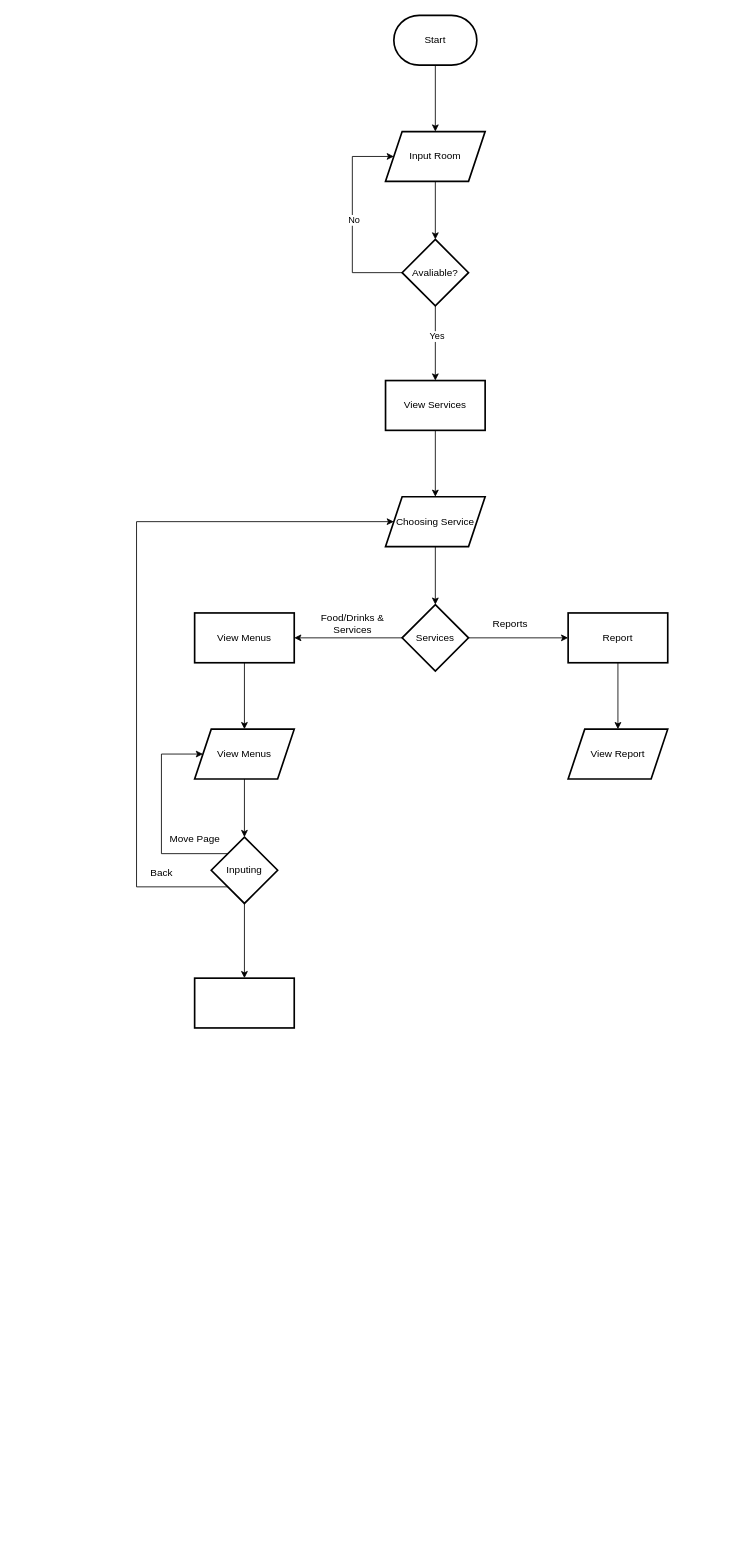
The draw.io diagram HOTEL SERVICES BOOKING SYSTEM.drawio in Enricko/UML, before the edit. Source tidied: cells renumbered, new cells numbered last; positions are measured from the earlier drawing's top-left corner, leaving out a move shared by most shapes. Both pictures are drawn from the tidied source at 83%, with x=0, y=0 at pixel (136, 15).
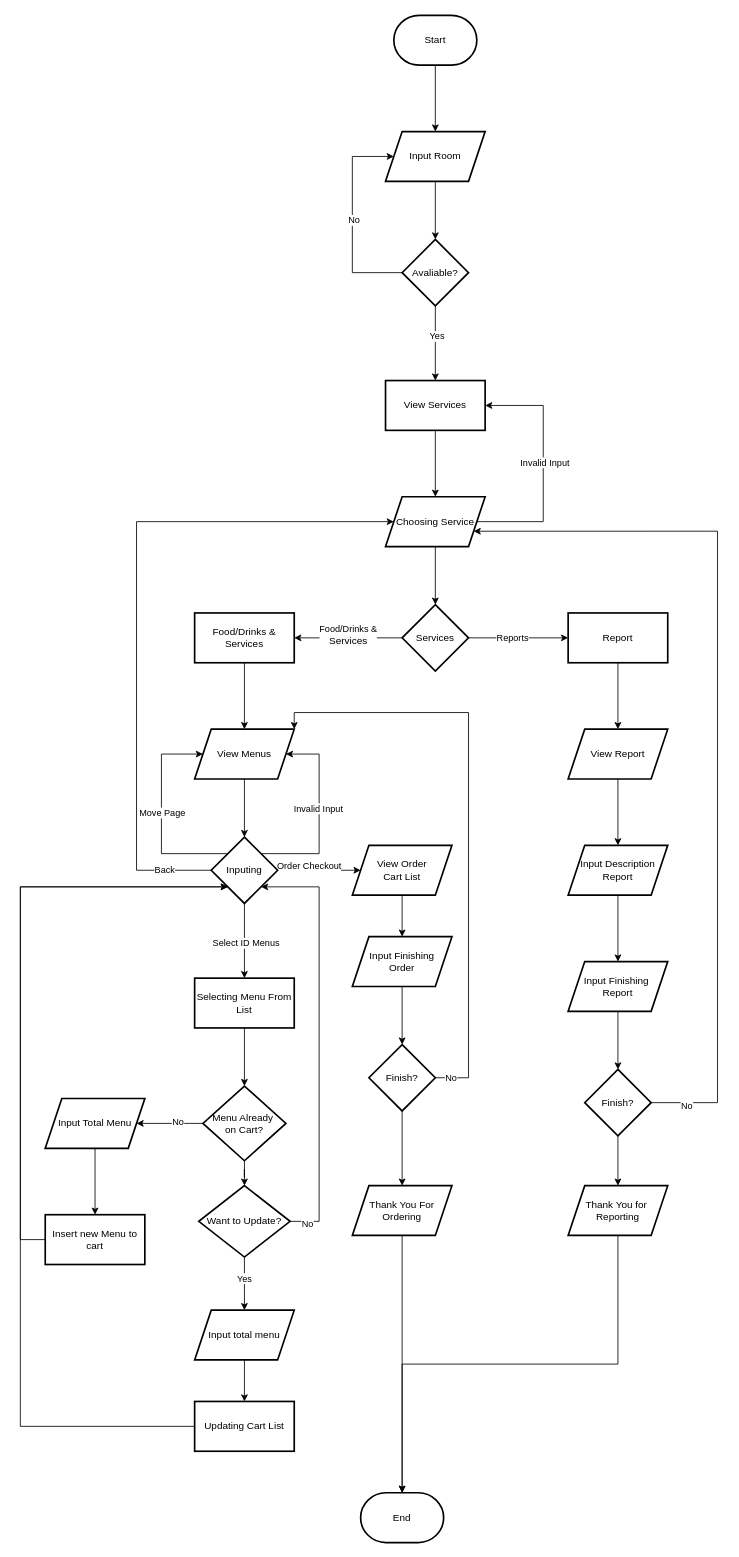
After the change.

The change refers to these unchanged cells:
```xml
<mxCell id="12" value="View Services" style="whiteSpace=wrap;html=1;strokeWidth=2;" parent="1" vertex="1">
  <mxGeometry x="300" y="440" width="120" height="60" as="geometry" />
</mxCell>
<mxCell id="14" value="Choosing Service" style="shape=parallelogram;perimeter=parallelogramPerimeter;whiteSpace=wrap;html=1;fixedSize=1;strokeWidth=2;" parent="1" vertex="1">
  <mxGeometry x="300" y="580" width="120" height="60" as="geometry" />
</mxCell>
<mxCell id="15" style="edgeStyle=orthogonalEdgeStyle;rounded=0;jettySize=auto;html=1;" parent="1" edge="1" source="17" target="19">
  <mxGeometry relative="1" as="geometry" />
</mxCell>
<mxCell id="16" style="edgeStyle=orthogonalEdgeStyle;rounded=0;jettySize=auto;html=1;" parent="1" edge="1" source="17" target="22">
  <mxGeometry relative="1" as="geometry" />
</mxCell>
<mxCell id="25" value="View Menus" style="shape=parallelogram;perimeter=parallelogramPerimeter;whiteSpace=wrap;html=1;fixedSize=1;strokeWidth=2;" parent="1" vertex="1">
  <mxGeometry x="70" y="860" width="120" height="60" as="geometry" />
</mxCell>
<mxCell id="26" value="View Report" style="shape=parallelogram;perimeter=parallelogramPerimeter;whiteSpace=wrap;html=1;fixedSize=1;strokeWidth=2;" parent="1" vertex="1">
  <mxGeometry x="520" y="860" width="120" height="60" as="geometry" />
</mxCell>
<mxCell id="28" style="edgeStyle=orthogonalEdgeStyle;rounded=0;jettySize=auto;html=1;exitX=0;exitY=0;exitDx=0;exitDy=0;entryX=0;entryY=0.5;entryDx=0;entryDy=0;" parent="1" edge="1" source="30" target="25">
  <mxGeometry relative="1" as="geometry">
    <Array as="points">
      <mxPoint x="30" y="1010" />
      <mxPoint x="30" y="890" />
    </Array>
  </mxGeometry>
</mxCell>
<mxCell id="29" style="edgeStyle=orthogonalEdgeStyle;rounded=0;jettySize=auto;html=1;" parent="1" edge="1" source="30" target="33">
  <mxGeometry relative="1" as="geometry" />
</mxCell>
<mxCell id="30" value="Inputing" style="rhombus;whiteSpace=wrap;html=1;strokeWidth=2;" parent="1" vertex="1">
  <mxGeometry x="90" y="990" width="80" height="80" as="geometry" />
</mxCell>
```

The edit, as a diff of the source:
```diff
@@
+    <mxCell id="34" style="edgeStyle=orthogonalEdgeStyle;rounded=0;jettySize=auto;html=1;exitX=1;exitY=0.5;exitDx=0;exitDy=0;entryX=1;entryY=0.5;entryDx=0;entryDy=0;" parent="1" edge="1" source="14" target="12">
+      <mxGeometry relative="1" as="geometry">
+        <Array as="points">
+          <mxPoint x="490" y="610" />
+          <mxPoint x="490" y="470" />
+        </Array>
+      </mxGeometry>
+    </mxCell>
+    <mxCell id="35" value="Invalid Input" style="edgeLabel;html=1;align=center;verticalAlign=middle;" parent="34" vertex="1">
+      <mxGeometry x="0.05" y="-1" relative="1" as="geometry" />
+    </mxCell>
@@
+    <mxCell id="20" value="Food/Drinks &amp;amp;&lt;br style=&quot;border-color: var(--border-color); font-size: 12px; background-color: rgb(251, 251, 251);&quot;&gt;&lt;span style=&quot;font-size: 12px; background-color: rgb(251, 251, 251);&quot;&gt;Services&lt;/span&gt;" style="edgeLabel;html=1;align=center;verticalAlign=middle;" parent="15" vertex="1">
+      <mxGeometry x="0.01" y="-4" relative="1" as="geometry" />
+    </mxCell>
@@
+    <mxCell id="23" value="Reports" style="edgeLabel;html=1;align=center;verticalAlign=middle;" parent="16" vertex="1">
+      <mxGeometry x="-0.13" y="1" relative="1" as="geometry" />
+    </mxCell>
@@
-    <mxCell id="19" value="View Menus" style="whiteSpace=wrap;html=1;strokeWidth=2;" parent="1" vertex="1">
+    <mxCell id="19" value="Food/Drinks &amp;amp;&lt;br style=&quot;border-color: var(--border-color);&quot;&gt;&lt;span style=&quot;&quot;&gt;Services&lt;/span&gt;" style="whiteSpace=wrap;html=1;strokeWidth=2;" parent="1" vertex="1">
       <mxGeometry x="70" y="720" width="120" height="60" as="geometry" />
     </mxCell>
-    <mxCell id="20" value="Food/Drinks &amp;amp; &lt;br&gt;Services" style="text;html=1;align=center;verticalAlign=middle;strokeColor=none;fillColor=none;" parent="1" vertex="1">
-      <mxGeometry x="210" y="713" width="100" height="40" as="geometry" />
-    </mxCell>
@@
-    <mxCell id="23" value="Reports" style="text;html=1;align=center;verticalAlign=middle;strokeColor=none;fillColor=none;" parent="1" vertex="1">
-      <mxGeometry x="415" y="718" width="70" height="30" as="geometry" />
-    </mxCell>
@@
+    <mxCell id="36" style="edgeStyle=orthogonalEdgeStyle;rounded=0;jettySize=auto;html=1;" parent="1" edge="1" source="26" target="72">
+      <mxGeometry relative="1" as="geometry" />
+    </mxCell>
@@
-    <mxCell id="27" style="edgeStyle=orthogonalEdgeStyle;rounded=0;jettySize=auto;html=1;exitX=0;exitY=1;exitDx=0;exitDy=0;entryX=0;entryY=0.5;entryDx=0;entryDy=0;" parent="1" edge="1" source="30" target="14">
+    <mxCell id="27" style="edgeStyle=orthogonalEdgeStyle;rounded=0;jettySize=auto;html=1;exitX=0;exitY=0.5;exitDx=0;exitDy=0;entryX=0;entryY=0.5;entryDx=0;entryDy=0;" parent="1" edge="1" source="30" target="14">
       <mxGeometry relative="1" as="geometry">
         <Array as="points">
-          <mxPoint y="1050" />
+          <mxPoint y="1030" />
           <mxPoint y="610" />
         </Array>
       </mxGeometry>
     </mxCell>
+    <mxCell id="31" value="Back" style="edgeLabel;html=1;align=center;verticalAlign=middle;" parent="27" vertex="1">
+      <mxGeometry x="-0.86" y="-1" relative="1" as="geometry" />
+    </mxCell>
@@
+    <mxCell id="32" value="Move Page" style="edgeLabel;html=1;align=center;verticalAlign=middle;" parent="28" vertex="1">
+      <mxGeometry x="-0.68" y="5" relative="1" as="geometry">
+        <mxPoint x="-40" y="-55" as="offset" />
+      </mxGeometry>
+    </mxCell>
@@
+    <mxCell id="37" value="Select ID Menus" style="edgeLabel;html=1;align=center;verticalAlign=middle;" parent="29" vertex="1">
+      <mxGeometry x="0.04" y="1" relative="1" as="geometry" />
+    </mxCell>
+    <mxCell id="38" style="edgeStyle=orthogonalEdgeStyle;rounded=0;jettySize=auto;html=1;exitX=1;exitY=0;exitDx=0;exitDy=0;entryX=1;entryY=0.5;entryDx=0;entryDy=0;" parent="1" edge="1" source="30" target="25">
+      <mxGeometry relative="1" as="geometry">
+        <Array as="points">
+          <mxPoint x="220" y="1010" />
+          <mxPoint x="220" y="890" />
+        </Array>
+      </mxGeometry>
+    </mxCell>
+    <mxCell id="39" value="Invalid Input" style="edgeLabel;html=1;align=center;verticalAlign=middle;" parent="38" vertex="1">
+      <mxGeometry x="0.09" y="2" relative="1" as="geometry" />
+    </mxCell>
+    <mxCell id="40" style="edgeStyle=orthogonalEdgeStyle;rounded=0;jettySize=auto;html=1;" parent="1" edge="1" source="30" target="61">
+      <mxGeometry relative="1" as="geometry" />
+    </mxCell>
+    <mxCell id="41" value="Order Checkout" style="edgeLabel;html=1;align=center;verticalAlign=middle;" parent="40" vertex="1">
+      <mxGeometry x="-0.27" y="6" relative="1" as="geometry" />
+    </mxCell>
@@
-    <mxCell id="31" value="Back" style="text;html=1;align=center;verticalAlign=middle;strokeColor=none;fillColor=none;" parent="1" vertex="1">
-      <mxGeometry x="5" y="1018" width="50" height="30" as="geometry" />
-    </mxCell>
-    <mxCell id="32" value="Move Page" style="text;html=1;align=center;verticalAlign=middle;strokeColor=none;fillColor=none;" parent="1" vertex="1">
-      <mxGeometry x="30" y="978" width="80" height="30" as="geometry" />
-    </mxCell>
+    <mxCell id="42" style="edgeStyle=orthogonalEdgeStyle;rounded=0;jettySize=auto;html=1;" parent="1" edge="1" source="33" target="46">
+      <mxGeometry relative="1" as="geometry" />
+    </mxCell>
-    <mxCell id="33" style="whiteSpace=wrap;html=1;strokeWidth=2;" parent="1" vertex="1">
+    <mxCell id="33" value="Selecting Menu From List" style="whiteSpace=wrap;html=1;strokeWidth=2;" parent="1" vertex="1">
       <mxGeometry x="70" y="1160" width="120" height="60" as="geometry" />
     </mxCell>
+    <mxCell id="43" style="edgeStyle=orthogonalEdgeStyle;rounded=0;jettySize=auto;html=1;" parent="1" edge="1" source="46" target="48">
+      <mxGeometry relative="1" as="geometry" />
+    </mxCell>
+    <mxCell id="44" value="No" style="edgeLabel;html=1;align=center;verticalAlign=middle;" parent="43" vertex="1">
+      <mxGeometry x="-0.23" y="-2" relative="1" as="geometry" />
+    </mxCell>
+    <mxCell id="45" style="edgeStyle=orthogonalEdgeStyle;rounded=0;jettySize=auto;html=1;" parent="1" edge="1" source="46" target="55">
+      <mxGeometry relative="1" as="geometry" />
+    </mxCell>
+    <mxCell id="46" value="Menu Already&amp;nbsp;&lt;br&gt;on Cart?" style="rhombus;whiteSpace=wrap;html=1;strokeWidth=2;" parent="1" vertex="1">
+      <mxGeometry x="80" y="1290" width="100" height="90" as="geometry" />
+    </mxCell>
+    <mxCell id="47" style="edgeStyle=orthogonalEdgeStyle;rounded=0;jettySize=auto;html=1;" parent="1" edge="1" source="48" target="50">
+      <mxGeometry relative="1" as="geometry" />
+    </mxCell>
+    <mxCell id="48" value="Input Total Menu" style="shape=parallelogram;perimeter=parallelogramPerimeter;whiteSpace=wrap;html=1;fixedSize=1;strokeWidth=2;" parent="1" vertex="1">
+      <mxGeometry x="-110" y="1305" width="120" height="60" as="geometry" />
+    </mxCell>
+    <mxCell id="49" style="edgeStyle=orthogonalEdgeStyle;rounded=0;jettySize=auto;html=1;exitX=0;exitY=0.5;exitDx=0;exitDy=0;entryX=0;entryY=1;entryDx=0;entryDy=0;" parent="1" edge="1" source="50" target="30">
+      <mxGeometry relative="1" as="geometry">
+        <Array as="points">
+          <mxPoint x="-140" y="1475" />
+          <mxPoint x="-140" y="1050" />
+        </Array>
+      </mxGeometry>
+    </mxCell>
+    <mxCell id="50" value="Insert new Menu to cart" style="whiteSpace=wrap;html=1;strokeWidth=2;" parent="1" vertex="1">
+      <mxGeometry x="-110" y="1445" width="120" height="60" as="geometry" />
+    </mxCell>
+    <mxCell id="51" style="edgeStyle=orthogonalEdgeStyle;rounded=0;jettySize=auto;html=1;" parent="1" edge="1" source="55" target="57">
+      <mxGeometry relative="1" as="geometry" />
+    </mxCell>
+    <mxCell id="52" value="Yes" style="edgeLabel;html=1;align=center;verticalAlign=middle;" parent="51" vertex="1">
+      <mxGeometry x="-0.21" y="-1" relative="1" as="geometry" />
+    </mxCell>
+    <mxCell id="53" style="edgeStyle=orthogonalEdgeStyle;rounded=0;jettySize=auto;html=1;exitX=1;exitY=0.5;exitDx=0;exitDy=0;entryX=1;entryY=1;entryDx=0;entryDy=0;" parent="1" edge="1" source="55" target="30">
+      <mxGeometry relative="1" as="geometry">
+        <Array as="points">
+          <mxPoint x="220" y="1453" />
+          <mxPoint x="220" y="1050" />
+        </Array>
+      </mxGeometry>
+    </mxCell>
+    <mxCell id="54" value="No" style="edgeLabel;html=1;align=center;verticalAlign=middle;" parent="53" vertex="1">
+      <mxGeometry x="-0.92" y="-2" relative="1" as="geometry" />
+    </mxCell>
+    <mxCell id="55" value="Want to Update?" style="rhombus;whiteSpace=wrap;html=1;strokeWidth=2;" parent="1" vertex="1">
+      <mxGeometry x="75" y="1410" width="110" height="86" as="geometry" />
+    </mxCell>
+    <mxCell id="56" style="edgeStyle=orthogonalEdgeStyle;rounded=0;jettySize=auto;html=1;" parent="1" edge="1" source="57" target="59">
+      <mxGeometry relative="1" as="geometry" />
+    </mxCell>
+    <mxCell id="57" value="Input total menu" style="shape=parallelogram;perimeter=parallelogramPerimeter;whiteSpace=wrap;html=1;fixedSize=1;strokeWidth=2;" parent="1" vertex="1">
+      <mxGeometry x="70" y="1560" width="120" height="60" as="geometry" />
+    </mxCell>
+    <mxCell id="58" style="edgeStyle=orthogonalEdgeStyle;rounded=0;jettySize=auto;html=1;exitX=0;exitY=0.5;exitDx=0;exitDy=0;entryX=0;entryY=1;entryDx=0;entryDy=0;" parent="1" edge="1" source="59" target="30">
+      <mxGeometry relative="1" as="geometry">
+        <Array as="points">
+          <mxPoint x="-140" y="1700" />
+          <mxPoint x="-140" y="1050" />
+        </Array>
+      </mxGeometry>
+    </mxCell>
+    <mxCell id="59" value="Updating Cart List" style="whiteSpace=wrap;html=1;strokeWidth=2;" parent="1" vertex="1">
+      <mxGeometry x="70" y="1670" width="120" height="60" as="geometry" />
+    </mxCell>
+    <mxCell id="60" style="edgeStyle=orthogonalEdgeStyle;rounded=0;jettySize=auto;html=1;" parent="1" edge="1" source="61" target="63">
+      <mxGeometry relative="1" as="geometry" />
+    </mxCell>
+    <mxCell id="61" value="View Order&lt;br&gt;Cart List" style="shape=parallelogram;perimeter=parallelogramPerimeter;whiteSpace=wrap;html=1;fixedSize=1;strokeWidth=2;" parent="1" vertex="1">
+      <mxGeometry x="260" y="1000" width="120" height="60" as="geometry" />
+    </mxCell>
+    <mxCell id="62" style="edgeStyle=orthogonalEdgeStyle;rounded=0;jettySize=auto;html=1;" parent="1" edge="1" source="63" target="67">
+      <mxGeometry relative="1" as="geometry" />
+    </mxCell>
+    <mxCell id="63" value="Input Finishing&lt;br&gt;Order" style="shape=parallelogram;perimeter=parallelogramPerimeter;whiteSpace=wrap;html=1;fixedSize=1;strokeWidth=2;" parent="1" vertex="1">
+      <mxGeometry x="260" y="1110" width="120" height="60" as="geometry" />
+    </mxCell>
+    <mxCell id="64" style="edgeStyle=orthogonalEdgeStyle;rounded=0;jettySize=auto;html=1;exitX=1;exitY=0.5;exitDx=0;exitDy=0;entryX=1;entryY=0;entryDx=0;entryDy=0;" parent="1" edge="1" source="67" target="25">
+      <mxGeometry relative="1" as="geometry">
+        <Array as="points">
+          <mxPoint x="400" y="1280" />
+          <mxPoint x="400" y="840" />
+          <mxPoint x="190" y="840" />
+        </Array>
+      </mxGeometry>
+    </mxCell>
+    <mxCell id="65" value="No" style="edgeLabel;html=1;align=center;verticalAlign=middle;" parent="64" vertex="1">
+      <mxGeometry x="-0.95" relative="1" as="geometry" />
+    </mxCell>
+    <mxCell id="66" style="edgeStyle=orthogonalEdgeStyle;rounded=0;jettySize=auto;html=1;" parent="1" edge="1" source="67" target="69">
+      <mxGeometry relative="1" as="geometry" />
+    </mxCell>
+    <mxCell id="67" value="Finish?" style="rhombus;whiteSpace=wrap;html=1;strokeWidth=2;" parent="1" vertex="1">
+      <mxGeometry x="280" y="1240" width="80" height="80" as="geometry" />
+    </mxCell>
+    <mxCell id="68" style="edgeStyle=orthogonalEdgeStyle;rounded=0;jettySize=auto;html=1;exitX=0.5;exitY=1;exitDx=0;exitDy=0;" parent="1" edge="1" source="69" target="70">
+      <mxGeometry relative="1" as="geometry" />
+    </mxCell>
+    <mxCell id="69" value="Thank You For&lt;br&gt;Ordering" style="shape=parallelogram;perimeter=parallelogramPerimeter;whiteSpace=wrap;html=1;fixedSize=1;strokeWidth=2;" parent="1" vertex="1">
+      <mxGeometry x="260" y="1410" width="120" height="60" as="geometry" />
+    </mxCell>
+    <mxCell id="70" value="End" style="strokeWidth=2;html=1;shape=mxgraph.flowchart.terminator;whiteSpace=wrap;" parent="1" vertex="1">
+      <mxGeometry x="270" y="1780" width="100" height="60" as="geometry" />
+    </mxCell>
+    <mxCell id="71" style="edgeStyle=orthogonalEdgeStyle;rounded=0;jettySize=auto;html=1;" parent="1" edge="1" source="72" target="74">
+      <mxGeometry relative="1" as="geometry" />
+    </mxCell>
+    <mxCell id="72" value="Input Description Report" style="shape=parallelogram;perimeter=parallelogramPerimeter;whiteSpace=wrap;html=1;fixedSize=1;strokeWidth=2;" parent="1" vertex="1">
+      <mxGeometry x="520" y="1000" width="120" height="60" as="geometry" />
+    </mxCell>
+    <mxCell id="73" style="edgeStyle=orthogonalEdgeStyle;rounded=0;jettySize=auto;html=1;" parent="1" edge="1" source="74" target="78">
+      <mxGeometry relative="1" as="geometry" />
+    </mxCell>
+    <mxCell id="74" value="Input Finishing&amp;nbsp;&lt;br&gt;Report" style="shape=parallelogram;perimeter=parallelogramPerimeter;whiteSpace=wrap;html=1;fixedSize=1;strokeWidth=2;" parent="1" vertex="1">
+      <mxGeometry x="520" y="1140" width="120" height="60" as="geometry" />
+    </mxCell>
+    <mxCell id="75" style="edgeStyle=orthogonalEdgeStyle;rounded=0;jettySize=auto;html=1;exitX=1;exitY=0.5;exitDx=0;exitDy=0;entryX=1;entryY=0.75;entryDx=0;entryDy=0;" parent="1" edge="1" source="78" target="14">
+      <mxGeometry relative="1" as="geometry">
+        <Array as="points">
+          <mxPoint x="700" y="1310" />
+          <mxPoint x="700" y="622" />
+        </Array>
+      </mxGeometry>
+    </mxCell>
+    <mxCell id="76" value="No" style="edgeLabel;html=1;align=center;verticalAlign=middle;" parent="75" vertex="1">
+      <mxGeometry x="-0.92" y="-3" relative="1" as="geometry" />
+    </mxCell>
+    <mxCell id="77" style="edgeStyle=orthogonalEdgeStyle;rounded=0;jettySize=auto;html=1;" parent="1" edge="1" source="78" target="79">
+      <mxGeometry relative="1" as="geometry" />
+    </mxCell>
+    <mxCell id="78" value="Finish?" style="rhombus;whiteSpace=wrap;html=1;strokeWidth=2;" parent="1" vertex="1">
+      <mxGeometry x="540" y="1270" width="80" height="80" as="geometry" />
+    </mxCell>
+    <mxCell id="79" value="Thank You for&amp;nbsp;&lt;br&gt;Reporting" style="shape=parallelogram;perimeter=parallelogramPerimeter;whiteSpace=wrap;html=1;fixedSize=1;strokeWidth=2;" parent="1" vertex="1">
+      <mxGeometry x="520" y="1410" width="120" height="60" as="geometry" />
+    </mxCell>
+    <mxCell id="80" style="edgeStyle=orthogonalEdgeStyle;rounded=0;jettySize=auto;html=1;exitX=0.5;exitY=1;exitDx=0;exitDy=0;entryX=0.5;entryY=0;entryDx=0;entryDy=0;entryPerimeter=0;" parent="1" edge="1" source="79" target="70">
+      <mxGeometry relative="1" as="geometry" />
+    </mxCell>
```
